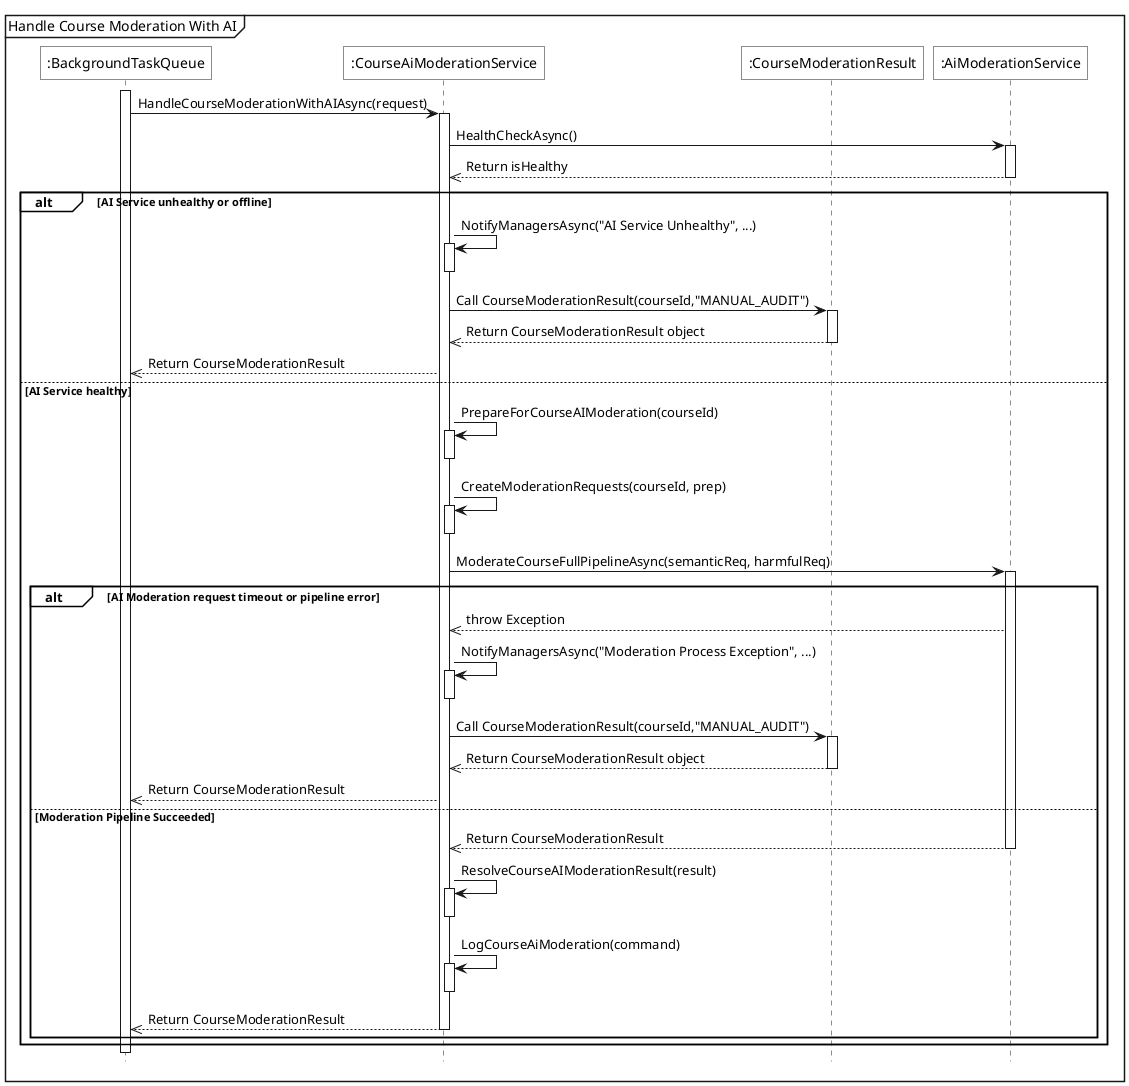
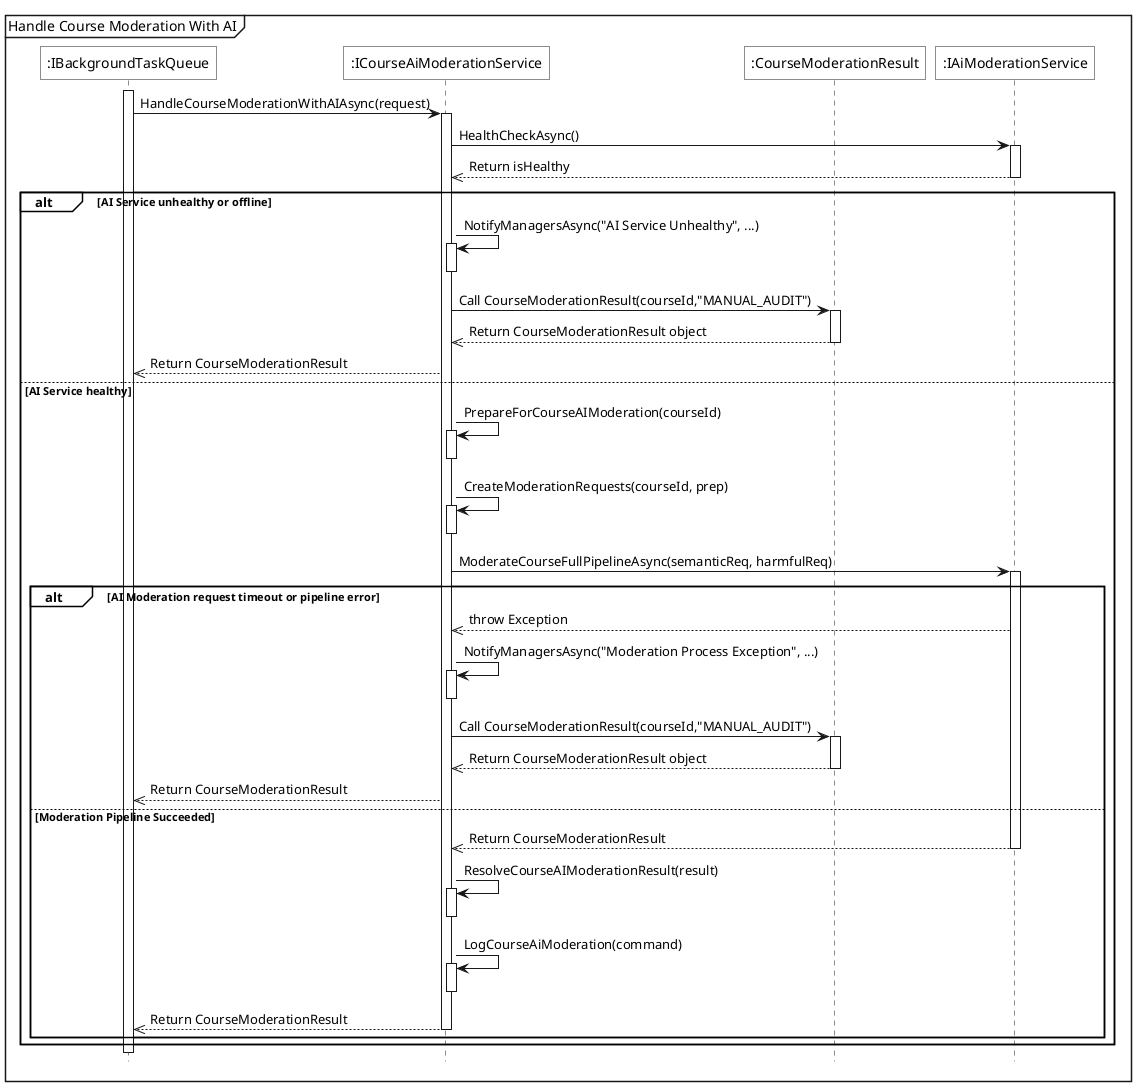
@startuml
<style>
    sequenceDiagram{
        actor{
            BackgroundColor white
            LineThickness 1.0
        }
        participant{
            BackgroundColor white
            RoundCorner 0
        }
        database{
            BackgroundColor white
        }
        groupHeader{
            BackgroundColor white
        }
        referenceHeader{
            BackgroundColor white
        }
        reference{
            BackgroundColor white
        }
    }
</style>

hide footbox
mainframe Handle Course Moderation With AI

- participant ":BackgroundTaskQueue" as queue
- participant ":CourseAiModerationService" as sv
+ participant ":IBackgroundTaskQueue" as queue
+ participant ":ICourseAiModerationService" as sv
participant ":CourseModerationResult" as res
- participant ":AiModerationService" as ai_sv
+ participant ":IAiModerationService" as ai_sv

queue ++
queue -> sv++: HandleCourseModerationWithAIAsync(request)
sv -> ai_sv++: HealthCheckAsync()
ai_sv -->> sv--: Return isHealthy

alt AI Service unhealthy or offline
    sv -> sv++: NotifyManagersAsync("AI Service Unhealthy", ...)
    sv--
    sv -> res++: Call CourseModerationResult(courseId,"MANUAL_AUDIT")
    res -->> sv--: Return CourseModerationResult object
    sv -->> queue: Return CourseModerationResult
else AI Service healthy
    sv -> sv++: PrepareForCourseAIModeration(courseId)
    sv--
    sv -> sv++: CreateModerationRequests(courseId, prep)
    sv--
    sv -> ai_sv++: ModerateCourseFullPipelineAsync(semanticReq, harmfulReq)

    alt AI Moderation request timeout or pipeline error
        ai_sv -->> sv: throw Exception
        sv -> sv++: NotifyManagersAsync("Moderation Process Exception", ...)
        sv--
        sv -> res++: Call CourseModerationResult(courseId,"MANUAL_AUDIT")
        res -->> sv--: Return CourseModerationResult object
        sv -->> queue: Return CourseModerationResult
    else Moderation Pipeline Succeeded
        ai_sv -->> sv--: Return CourseModerationResult
        sv -> sv++: ResolveCourseAIModerationResult(result)
        sv--
        sv -> sv++: LogCourseAiModeration(command)
        sv--
        sv -->> queue--: Return CourseModerationResult
    end
end

@enduml
